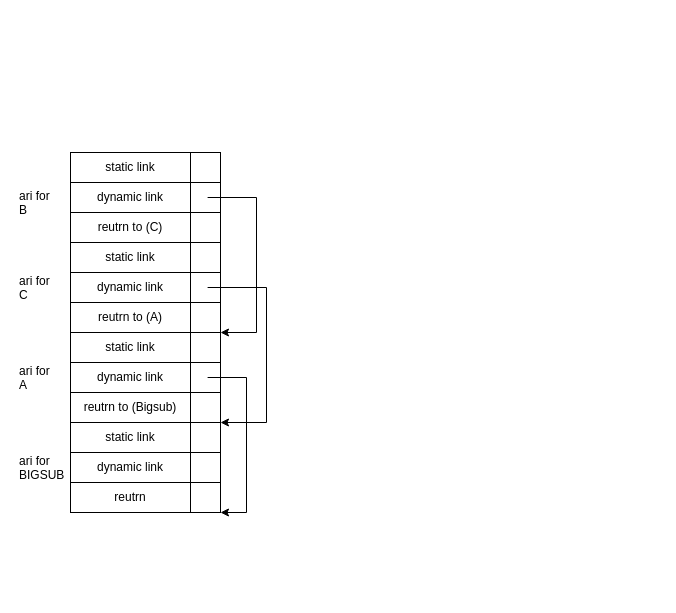
Earlier version of the draw.io diagram stack.drawio (HansenWang983/A-Social-Media-Web-App-with-Microservices). Source tidied: cells renumbered, new cells numbered last; positions are measured from the earlier drawing's top-left corner, leaving out a move shared by most shapes. Both pictures are drawn from the tidied source at 100%, with x=0, y=0 at pixel (17, 152).
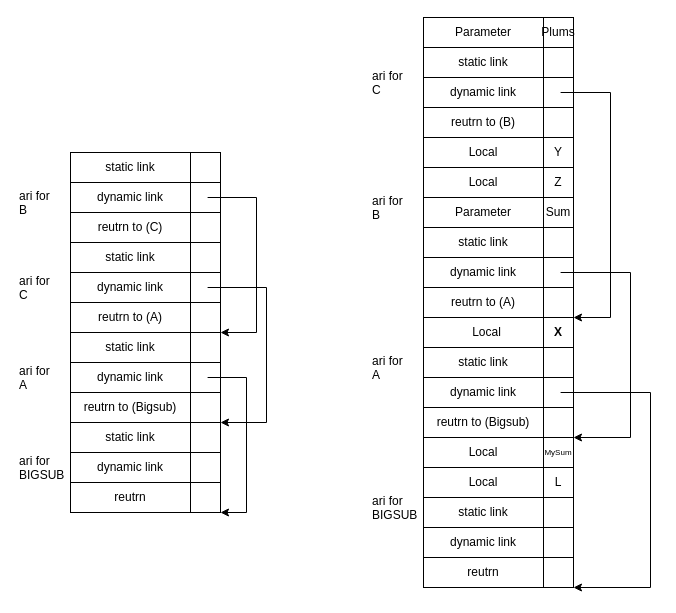
Above is the later version.

Diff of the diagram source:
```diff
@@
+    <mxCell id="36" style="rounded=0;whiteSpace=wrap;html=1;points=[[0,0,0,0,0],[0,0.23,0,0,0],[0,0.5,0,0,0],[0,0.77,0,0,0],[0,1,0,0,0],[0.27,0,0,0,0],[0.27,1,0,0,0],[0.5,0,0,0,0],[0.5,1,0,0,0],[0.57,0.5,0,0,0],[0.77,0,0,0,0],[0.77,1,0,0,0],[1,0,0,0,0],[1,0.27,0,0,0],[1,0.77,0,0,0],[1,1,0,0,0]];" parent="1" vertex="1">
+      <mxGeometry x="526" y="225" width="30" height="30" as="geometry" />
+    </mxCell>
@@
+    <mxCell id="37" value="static link" style="rounded=0;whiteSpace=wrap;html=1;" parent="1" vertex="1">
+      <mxGeometry x="406" y="345" width="120" height="30" as="geometry" />
+    </mxCell>
+    <mxCell id="38" value="dynamic link" style="rounded=0;whiteSpace=wrap;html=1;" parent="1" vertex="1">
+      <mxGeometry x="406" y="375" width="120" height="30" as="geometry" />
+    </mxCell>
+    <mxCell id="39" value="reutrn" style="rounded=0;whiteSpace=wrap;html=1;" parent="1" vertex="1">
+      <mxGeometry x="406" y="405" width="120" height="30" as="geometry" />
+    </mxCell>
+    <mxCell id="40" style="rounded=0;whiteSpace=wrap;html=1;fontStyle=1;" parent="1" vertex="1">
+      <mxGeometry x="526" y="345" width="30" height="30" as="geometry" />
+    </mxCell>
+    <mxCell id="41" value="static link" style="rounded=0;whiteSpace=wrap;html=1;" parent="1" vertex="1">
+      <mxGeometry x="406" y="195" width="120" height="30" as="geometry" />
+    </mxCell>
+    <mxCell id="42" value="dynamic link" style="rounded=0;whiteSpace=wrap;html=1;" parent="1" vertex="1">
+      <mxGeometry x="406" y="225" width="120" height="30" as="geometry" />
+    </mxCell>
+    <mxCell id="43" value="reutrn to (Bigsub)" style="rounded=0;whiteSpace=wrap;html=1;" parent="1" vertex="1">
+      <mxGeometry x="406" y="255" width="120" height="30" as="geometry" />
+    </mxCell>
+    <mxCell id="44" style="rounded=0;whiteSpace=wrap;html=1;" parent="1" vertex="1">
+      <mxGeometry x="526" y="195" width="30" height="30" as="geometry" />
+    </mxCell>
+    <mxCell id="45" style="rounded=0;whiteSpace=wrap;html=1;" parent="1" vertex="1">
+      <mxGeometry x="526" y="195" width="30" height="30" as="geometry" />
+    </mxCell>
+    <mxCell id="46" style="rounded=0;whiteSpace=wrap;html=1;fontStyle=1;" parent="1" vertex="1">
+      <mxGeometry x="526" y="255" width="30" height="30" as="geometry" />
+    </mxCell>
+    <mxCell id="47" value="static link" style="rounded=0;whiteSpace=wrap;html=1;" parent="1" vertex="1">
+      <mxGeometry x="406" y="75" width="120" height="30" as="geometry" />
+    </mxCell>
+    <mxCell id="48" value="dynamic link" style="rounded=0;whiteSpace=wrap;html=1;" parent="1" vertex="1">
+      <mxGeometry x="406" y="105" width="120" height="30" as="geometry" />
+    </mxCell>
+    <mxCell id="49" value="reutrn to (A)" style="rounded=0;whiteSpace=wrap;html=1;" parent="1" vertex="1">
+      <mxGeometry x="406" y="135" width="120" height="30" as="geometry" />
+    </mxCell>
+    <mxCell id="50" style="rounded=0;whiteSpace=wrap;html=1;points=[[0,0,0,0,0],[0,0.23,0,0,0],[0,0.5,0,0,0],[0,0.77,0,0,0],[0,1,0,0,0],[0.27,0,0,0,0],[0.27,1,0,0,0],[0.5,0,0,0,0],[0.5,1,0,0,0],[0.57,0.5,0,0,0],[0.77,0,0,0,0],[0.77,1,0,0,0],[1,0,0,0,0],[1,0.27,0,0,0],[1,0.77,0,0,0],[1,1,0,0,0]];" parent="1" vertex="1">
+      <mxGeometry x="526" y="105" width="30" height="30" as="geometry" />
+    </mxCell>
+    <mxCell id="51" style="rounded=0;whiteSpace=wrap;html=1;" parent="1" vertex="1">
+      <mxGeometry x="526" y="75" width="30" height="30" as="geometry" />
+    </mxCell>
+    <mxCell id="52" style="rounded=0;whiteSpace=wrap;html=1;points=[[0,0,0,0,0],[0,0.23,0,0,0],[0,0.5,0,0,0],[0,0.77,0,0,0],[0,1,0,0,0],[0.27,0,0,0,0],[0.27,1,0,0,0],[0.5,0,0,0,0],[0.5,1,0,0,0],[0.57,0.5,0,0,0],[0.77,0,0,0,0],[0.77,1,0,0,0],[1,0,0,0,0],[1,0.27,0,0,0],[1,0.77,0,0,0],[1,1,0,0,0]];fontStyle=1;" parent="1" vertex="1">
+      <mxGeometry x="526" y="135" width="30" height="30" as="geometry" />
+    </mxCell>
+    <mxCell id="53" value="static link" style="rounded=0;whiteSpace=wrap;html=1;" parent="1" vertex="1">
+      <mxGeometry x="406" y="-105" width="120" height="30" as="geometry" />
+    </mxCell>
+    <mxCell id="54" value="dynamic link" style="rounded=0;whiteSpace=wrap;html=1;" parent="1" vertex="1">
+      <mxGeometry x="406" y="-75" width="120" height="30" as="geometry" />
+    </mxCell>
+    <mxCell id="55" value="reutrn to (B)" style="rounded=0;whiteSpace=wrap;html=1;" parent="1" vertex="1">
+      <mxGeometry x="406" y="-45" width="120" height="30" as="geometry" />
+    </mxCell>
+    <mxCell id="56" style="rounded=0;whiteSpace=wrap;html=1;points=[[0,0,0,0,0],[0,0.23,0,0,0],[0,0.5,0,0,0],[0,0.77,0,0,0],[0,1,0,0,0],[0.27,0,0,0,0],[0.27,1,0,0,0],[0.5,0,0,0,0],[0.5,1,0,0,0],[0.57,0.5,0,0,0],[0.77,0,0,0,0],[0.77,1,0,0,0],[1,0,0,0,0],[1,0.27,0,0,0],[1,0.77,0,0,0],[1,1,0,0,0]];" parent="1" vertex="1">
+      <mxGeometry x="526" y="-75" width="30" height="30" as="geometry" />
+    </mxCell>
+    <mxCell id="57" style="rounded=0;whiteSpace=wrap;html=1;" parent="1" vertex="1">
+      <mxGeometry x="526" y="-105" width="30" height="30" as="geometry" />
+    </mxCell>
+    <mxCell id="58" style="rounded=0;whiteSpace=wrap;html=1;fontStyle=1;" parent="1" vertex="1">
+      <mxGeometry x="526" y="-45" width="30" height="30" as="geometry" />
+    </mxCell>
+    <mxCell id="59" style="rounded=0;whiteSpace=wrap;html=1;fontStyle=1;" parent="1" vertex="1">
+      <mxGeometry x="526" y="375" width="30" height="30" as="geometry" />
+    </mxCell>
+    <mxCell id="60" style="rounded=0;whiteSpace=wrap;html=1;points=[[0,0,0,0,0],[0,0.23,0,0,0],[0,0.5,0,0,0],[0,0.77,0,0,0],[0,1,0,0,0],[0.27,0,0,0,0],[0.27,1,0,0,0],[0.5,0,0,0,0],[0.5,1,0,0,0],[0.57,0.5,0,0,0],[0.77,0,0,0,0],[0.77,1,0,0,0],[1,0,0,0,0],[1,0.27,0,0,0],[1,0.77,0,0,0],[1,1,0,0,0]];fontStyle=1;" parent="1" vertex="1">
+      <mxGeometry x="526" y="405" width="30" height="30" as="geometry" />
+    </mxCell>
+    <mxCell id="61" value="ari for&#10;BIGSUB" style="text;whiteSpace=wrap;html=1;" parent="1" vertex="1">
+      <mxGeometry x="353" y="335" width="70" height="40" as="geometry" />
+    </mxCell>
+    <mxCell id="62" value="ari for&lt;br&gt;A" style="text;whiteSpace=wrap;html=1;" parent="1" vertex="1">
+      <mxGeometry x="353" y="195" width="70" height="40" as="geometry" />
+    </mxCell>
+    <mxCell id="63" value="ari for&lt;br&gt;B" style="text;whiteSpace=wrap;html=1;" parent="1" vertex="1">
+      <mxGeometry x="353" y="35" width="70" height="40" as="geometry" />
+    </mxCell>
+    <mxCell id="64" value="Local" style="rounded=0;whiteSpace=wrap;html=1;" parent="1" vertex="1">
+      <mxGeometry x="406" y="165" width="127" height="30" as="geometry" />
+    </mxCell>
+    <mxCell id="65" value="X" style="rounded=0;whiteSpace=wrap;html=1;fontStyle=1;" parent="1" vertex="1">
+      <mxGeometry x="526" y="165" width="30" height="30" as="geometry" />
+    </mxCell>
+    <mxCell id="66" value="Parameter" style="rounded=0;whiteSpace=wrap;html=1;" parent="1" vertex="1">
+      <mxGeometry x="406" y="45" width="120" height="30" as="geometry" />
+    </mxCell>
+    <mxCell id="67" value="Sum" style="rounded=0;whiteSpace=wrap;html=1;" parent="1" vertex="1">
+      <mxGeometry x="526" y="45" width="30" height="30" as="geometry" />
+    </mxCell>
+    <mxCell id="68" value="Local" style="rounded=0;whiteSpace=wrap;html=1;" parent="1" vertex="1">
+      <mxGeometry x="406" y="15" width="120" height="30" as="geometry" />
+    </mxCell>
+    <mxCell id="69" value="Z" style="rounded=0;whiteSpace=wrap;html=1;" parent="1" vertex="1">
+      <mxGeometry x="526" y="15" width="30" height="30" as="geometry" />
+    </mxCell>
+    <mxCell id="70" value="Local" style="rounded=0;whiteSpace=wrap;html=1;" parent="1" vertex="1">
+      <mxGeometry x="406" y="-15" width="120" height="30" as="geometry" />
+    </mxCell>
+    <mxCell id="71" value="&lt;span style=&quot;white-space: pre&quot;&gt;Y&lt;/span&gt;" style="rounded=0;whiteSpace=wrap;html=1;" parent="1" vertex="1">
+      <mxGeometry x="526" y="-15" width="30" height="30" as="geometry" />
+    </mxCell>
+    <mxCell id="72" value="Local" style="rounded=0;whiteSpace=wrap;html=1;" parent="1" vertex="1">
+      <mxGeometry x="406" y="285" width="120" height="30" as="geometry" />
+    </mxCell>
+    <mxCell id="73" value="MySum" style="rounded=0;whiteSpace=wrap;html=1;points=[[0,0,0,0,0],[0,0.23,0,0,0],[0,0.5,0,0,0],[0,0.77,0,0,0],[0,1,0,0,0],[0.27,0,0,0,0],[0.27,1,0,0,0],[0.5,0,0,0,0],[0.5,1,0,0,0],[0.57,0.5,0,0,0],[0.77,0,0,0,0],[0.77,1,0,0,0],[1,0,0,0,0],[1,0.27,0,0,0],[1,0.77,0,0,0],[1,1,0,0,0]];fontSize=8;" parent="1" vertex="1">
+      <mxGeometry x="526" y="285" width="30" height="30" as="geometry" />
+    </mxCell>
+    <mxCell id="74" value="Local" style="rounded=0;whiteSpace=wrap;html=1;" parent="1" vertex="1">
+      <mxGeometry x="406" y="315" width="120" height="30" as="geometry" />
+    </mxCell>
+    <mxCell id="75" value="L" style="rounded=0;whiteSpace=wrap;html=1;" parent="1" vertex="1">
+      <mxGeometry x="526" y="315" width="30" height="30" as="geometry" />
+    </mxCell>
+    <mxCell id="76" value="Parameter" style="rounded=0;whiteSpace=wrap;html=1;" parent="1" vertex="1">
+      <mxGeometry x="406" y="-135" width="120" height="30" as="geometry" />
+    </mxCell>
+    <mxCell id="77" value="Plums" style="rounded=0;whiteSpace=wrap;html=1;" parent="1" vertex="1">
+      <mxGeometry x="526" y="-135" width="30" height="30" as="geometry" />
+    </mxCell>
+    <mxCell id="78" value="ari for&lt;br&gt;C" style="text;whiteSpace=wrap;html=1;" parent="1" vertex="1">
+      <mxGeometry x="353" y="-90" width="70" height="40" as="geometry" />
+    </mxCell>
+    <mxCell id="79" style="edgeStyle=orthogonalEdgeStyle;rounded=0;jettySize=auto;html=1;exitX=0.57;exitY=0.5;exitDx=0;exitDy=0;exitPerimeter=0;fontSize=8;entryX=1;entryY=0;entryDx=0;entryDy=0;entryPerimeter=0;" parent="1" edge="1" source="50" target="73">
+      <mxGeometry relative="1" as="geometry">
+        <Array as="points">
+          <mxPoint x="613" y="120" />
+          <mxPoint x="613" y="285" />
+        </Array>
+      </mxGeometry>
+    </mxCell>
+    <mxCell id="80" style="edgeStyle=orthogonalEdgeStyle;rounded=0;jettySize=auto;html=1;exitX=0.57;exitY=0.5;exitDx=0;exitDy=0;exitPerimeter=0;entryX=1;entryY=1;entryDx=0;entryDy=0;entryPerimeter=0;fontSize=8;" parent="1" edge="1" source="36" target="60">
+      <mxGeometry relative="1" as="geometry">
+        <Array as="points">
+          <mxPoint x="633" y="240" />
+          <mxPoint x="633" y="435" />
+        </Array>
+      </mxGeometry>
+    </mxCell>
+    <mxCell id="81" style="edgeStyle=orthogonalEdgeStyle;rounded=0;jettySize=auto;html=1;exitX=0.57;exitY=0.5;exitDx=0;exitDy=0;exitPerimeter=0;entryX=1;entryY=1;entryDx=0;entryDy=0;entryPerimeter=0;fontSize=8;" parent="1" edge="1" source="56" target="52">
+      <mxGeometry relative="1" as="geometry">
+        <Array as="points">
+          <mxPoint x="593" y="-60" />
+          <mxPoint x="593" y="165" />
+        </Array>
+      </mxGeometry>
+    </mxCell>
```
